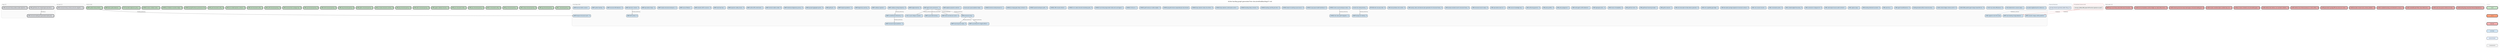
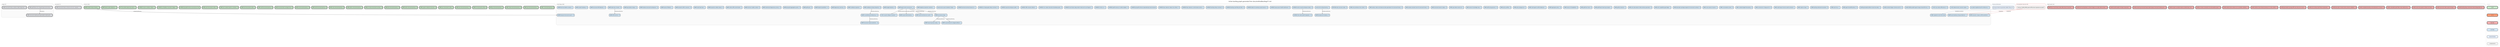
digraph backlog {
  rankdir=TB
  fontname="Helvetica"
  label="Active backlog graph generated from docs/method/backlog/*/*.md"
  labelloc=t
  fontsize=12
  node [shape=box style="rounded,filled" fontname="Helvetica" fontsize=8 margin="0.1,0.05" height=0.35]
  edge [color="#666666" arrowsize=0.5 fontname="Helvetica" fontsize=7]
  newrank=true
  ranksep=0.55
  nodesep=0.2

  subgraph cluster_asap {
    label="asap (3)" labeljust=l fontsize=9 fontcolor="#555555"
    style=rounded color="#cccccc" bgcolor="#fafafa"
    asap_CORE_graft_fake_echo_shaped_typescript_witness [label="CORE-graft-fake-echo-shaped-typescript-witness - L" fillcolor="#E5E7EB" penwidth=2]
    asap_CORE_structural_history_evidence_label_alignment [label="CORE-structural-history-evidence-label-alignment - M" fillcolor="#E5E7EB" penwidth=2]
    asap_CORE_structural_reading_port_generated_model_parity [label="CORE-structural-reading-port-generated-model-parity - L" fillcolor="#E5E7EB" penwidth=2]
  }

  subgraph cluster_up_next {
    label="up-next (1)" labeljust=l fontsize=9 fontcolor="#555555"
    style=rounded color="#cccccc" bgcolor="#fafafa"
    up_next_CORE_structural_history_schema_and_echo_migration [label="CORE-structural-history-schema-and-echo-migration - XL" fillcolor="#E5E7EB" penwidth=2]
  }

  subgraph cluster_v0_8_0 {
    label="v0.8.0 (26)" labeljust=l fontsize=9 fontcolor="#555555"
    style=rounded color="#cccccc" bgcolor="#fafafa"
    v0_8_0_CORE_c_structural_parsing [label="CORE-c-structural-parsing - M" fillcolor="#C8E6C9" penwidth=2]
    v0_8_0_CORE_cpp_structural_parsing [label="CORE-cpp-structural-parsing - L" fillcolor="#C8E6C9" penwidth=2]
    v0_8_0_CORE_csharp_structural_parsing [label="CORE-csharp-structural-parsing - M" fillcolor="#C8E6C9" penwidth=2]
    v0_8_0_CORE_go_structural_parsing [label="CORE-go-structural-parsing - S" fillcolor="#C8E6C9" penwidth=2]
    v0_8_0_CORE_hcl_structured_config [label="CORE-hcl-structured-config - M" fillcolor="#C8E6C9" penwidth=2]
    v0_8_0_CORE_java_structural_parsing [label="CORE-java-structural-parsing - M" fillcolor="#C8E6C9" penwidth=2]
    v0_8_0_CORE_json_structured_config [label="CORE-json-structured-config - S" fillcolor="#C8E6C9" penwidth=2]
    v0_8_0_CORE_jupyter_notebook_structure [label="CORE-jupyter-notebook-structure - M" fillcolor="#C8E6C9" penwidth=2]
    v0_8_0_CORE_kotlin_structural_parsing [label="CORE-kotlin-structural-parsing - M" fillcolor="#C8E6C9" penwidth=2]
    v0_8_0_CORE_php_structural_parsing [label="CORE-php-structural-parsing - M" fillcolor="#C8E6C9" penwidth=2]
    v0_8_0_CORE_pr_review_structural_summary [label="CORE-pr-review-structural-summary - M" fillcolor="#C8E6C9" penwidth=2]
    v0_8_0_CORE_python_structural_parsing [label="CORE-python-structural-parsing - S" fillcolor="#C8E6C9" penwidth=2]
    v0_8_0_CORE_ruby_structural_parsing [label="CORE-ruby-structural-parsing - M" fillcolor="#C8E6C9" penwidth=2]
    v0_8_0_CORE_shell_structural_parsing [label="CORE-shell-structural-parsing - M" fillcolor="#C8E6C9" penwidth=2]
    v0_8_0_CORE_sql_structural_parsing [label="CORE-sql-structural-parsing - M" fillcolor="#C8E6C9" penwidth=2]
    v0_8_0_CORE_structural_test_coverage_map [label="CORE-structural-test-coverage-map - M" fillcolor="#C8E6C9" penwidth=2]
    v0_8_0_CORE_swift_structural_parsing [label="CORE-swift-structural-parsing - M" fillcolor="#C8E6C9" penwidth=2]
    v0_8_0_CORE_toml_structured_config [label="CORE-toml-structured-config - S" fillcolor="#C8E6C9" penwidth=2]
    v0_8_0_CORE_tool_context_injection_contracts [label="CORE-tool-context-injection-contracts - M" fillcolor="#C8E6C9" penwidth=2]
    v0_8_0_CORE_yaml_structured_config [label="CORE-yaml-structured-config - M" fillcolor="#C8E6C9" penwidth=2]
    v0_8_0_SURFACE_git_graft_enhance_provenance_hints [label="SURFACE-git-graft-enhance-provenance-hints" fillcolor="#C8E6C9" penwidth=2]
    v0_8_0_SURFACE_pr_feedback_resolution_ledger [label="SURFACE-pr-feedback-resolution-ledger - M" fillcolor="#C8E6C9" penwidth=2]
    v0_8_0_SURFACE_review_cooldown_status [label="SURFACE-review-cooldown-status - S" fillcolor="#C8E6C9" penwidth=2]
    v0_8_0_TEST_bounded_subprocess_policy [label="TEST-bounded-subprocess-policy - S" fillcolor="#C8E6C9" penwidth=2]
    v0_8_0_WARP_dead_symbol_detection [label="WARP-dead-symbol-detection - S" fillcolor="#C8E6C9" penwidth=2]
    v0_8_0_WARP_symbol_history_timeline [label="WARP-symbol-history-timeline - S" fillcolor="#C8E6C9" penwidth=2]
  }

  subgraph cluster_bad_code {
-     label="bad-code (13)" labeljust=l fontsize=9 fontcolor="#555555"
+     label="bad-code (16)" labeljust=l fontsize=9 fontcolor="#555555"
    style=rounded color="#cccccc" bgcolor="#fafafa"
    bad_code_CLEAN_backlog_dag_unresolved_internal_dependencies [label="CLEAN-backlog-dag-unresolved-internal-dependencies - S" fillcolor="#F6B3B3" penwidth=2]
+     bad_code_CLEAN_canonical_codec_seams_diverge [label="CLEAN-canonical-codec-seams-diverge - M" fillcolor="#F6B3B3" penwidth=2]
    bad_code_CLEAN_code_show_parser_runtime_not_ready [label="CLEAN-code-show-parser-runtime-not-ready - S" fillcolor="#F6B3B3" penwidth=2]
    bad_code_CLEAN_coderabbit_path_filters_skip_method_docs [label="CLEAN-coderabbit-path-filters-skip-method-docs - S" fillcolor="#F6B3B3" penwidth=2]
    bad_code_CLEAN_completed_backlog_card_retirement_is_manual [label="CLEAN-completed-backlog-card-retirement-is-manual - M" fillcolor="#F6B3B3" penwidth=2]
    bad_code_CLEAN_descriptor_checker_lacks_schema_validation [label="CLEAN-descriptor-checker-lacks-schema-validation - M" fillcolor="#F6B3B3" penwidth=2]
+     bad_code_CLEAN_echo_witness_test_fixture_duplication [label="CLEAN-echo-witness-test-fixture-duplication - S" fillcolor="#F6B3B3" penwidth=2]
    bad_code_CLEAN_generated_svg_dag_diff_noise_obscures_review [label="CLEAN-generated-svg-dag-diff-noise-obscures-review - S" fillcolor="#F6B3B3" penwidth=2]
    bad_code_CLEAN_method_close_timeout_produces_no_retro_artifact [label="CLEAN-method-close-timeout-produces-no-retro-artifact - M" fillcolor="#F6B3B3" penwidth=2]
    bad_code_CLEAN_method_retro_witness_can_overstate_validation [label="CLEAN-method-retro-witness-can-overstate-validation - M" fillcolor="#F6B3B3" penwidth=2]
    bad_code_CLEAN_pr_review_comments_not_actionability_typed [label="CLEAN-pr-review-comments-not-actionability-typed - M" fillcolor="#F6B3B3" penwidth=2]
    bad_code_CLEAN_receipt_cumulative_bytes_avoided_stays_zero [label="CLEAN-receipt-cumulative-bytes-avoided-stays-zero - S" fillcolor="#F6B3B3" penwidth=2]
    bad_code_CLEAN_remaining_structural_warp_reads_bypass_structural_reading_port [label="CLEAN-remaining-structural-warp-reads-bypass-structural-reading-port - M" fillcolor="#F6B3B3" penwidth=2]
+     bad_code_CLEAN_sha256_stable_id_helper_duplication [label="CLEAN-sha256-stable-id-helper-duplication - S" fillcolor="#F6B3B3" penwidth=2]
    bad_code_CLEAN_technical_teardown_contract_ledger_can_stale_without_tests [label="CLEAN-technical-teardown-contract-ledger-can-stale-without-tests - M" fillcolor="#F6B3B3" penwidth=2]
    bad_code_WARP_bijou_local_history_stale_after_branch_transition [label="WARP-bijou-local-history-stale-after-branch-transition - M" fillcolor="#F6B3B3" penwidth=2]
  }

  subgraph cluster_cool_ideas {
    label="Cool Ideas (89)" labeljust=l fontsize=9 fontcolor="#555555"
    style=rounded color="#cccccc" bgcolor="#fafafa"
    cool_ideas_bounded_neighborhood_for_references [label="bounded-neighborhood-for-references - S" fillcolor="#D4E8F7" penwidth=1]
    cool_ideas_CI_001_causal_collapse_visualizer [label="CI-001-causal-collapse-visualizer - L" fillcolor="#D4E8F7" penwidth=1]
    cool_ideas_CI_002_deterministic_scenario_replay [label="CI-002-deterministic-scenario-replay - L" fillcolor="#D4E8F7" penwidth=1]
    cool_ideas_CI_003_mcp_native_diff_protocol [label="CI-003-mcp-native-diff-protocol - M" fillcolor="#D4E8F7" penwidth=1]
    cool_ideas_CLEAN_CODE_parallel_agent_merge_shared_file_loss [label="CLEAN-CODE-parallel-agent-merge-shared-file-loss - M" fillcolor="#D4E8F7" penwidth=1]
    cool_ideas_CLEAN_contract_ledger_schema_and_lint [label="CLEAN-contract-ledger-schema-and-lint - M" fillcolor="#D4E8F7" penwidth=1]
    cool_ideas_CLEAN_generated_artifact_review_boundary [label="CLEAN-generated-artifact-review-boundary - S" fillcolor="#D4E8F7" penwidth=1]
    cool_ideas_CORE_agent_handoff_protocol [label="CORE-agent-handoff-protocol - M" fillcolor="#D4E8F7" penwidth=1]
    cool_ideas_CORE_auto_focus [label="CORE-auto-focus - L" fillcolor="#D4E8F7" penwidth=1]
    cool_ideas_CORE_backlog_retirement_assistant [label="CORE-backlog-retirement-assistant - M" fillcolor="#D4E8F7" penwidth=1]
    cool_ideas_CORE_capture_range [label="CORE-capture-range - S" fillcolor="#D4E8F7" penwidth=1]
    cool_ideas_CORE_code_lawyer_local_pr_audit_command [label="CORE-code-lawyer-local-pr-audit-command - L" fillcolor="#D4E8F7" penwidth=1]
    cool_ideas_CORE_constructor_in_disguise_lint [label="CORE-constructor-in-disguise-lint - M" fillcolor="#D4E8F7" penwidth=1]
    cool_ideas_CORE_context_budget_forecasting [label="CORE-context-budget-forecasting - M" fillcolor="#D4E8F7" penwidth=1]
    cool_ideas_CORE_conversation_primer [label="CORE-conversation-primer - M" fillcolor="#D4E8F7" penwidth=1]
    cool_ideas_CORE_cross_session_resume [label="CORE-cross-session-resume - S" fillcolor="#D4E8F7" penwidth=1]
    cool_ideas_CORE_descriptor_package_registry_for_structural_contracts [label="CORE-descriptor-package-registry-for-structural-contracts - M" fillcolor="#D4E8F7" penwidth=1]
    cool_ideas_CORE_echo_capability_gap_ledger [label="CORE-echo-capability-gap-ledger - S" fillcolor="#D4E8F7" penwidth=1]
    cool_ideas_CORE_echo_descriptor_to_fake_witness_generator [label="CORE-echo-descriptor-to-fake-witness-generator - M" fillcolor="#D4E8F7" penwidth=1]
    cool_ideas_CORE_graft_as_teacher [label="CORE-graft-as-teacher - S" fillcolor="#D4E8F7" penwidth=1]
    cool_ideas_CORE_graft_teach_learning_receipts [label="CORE-graft-teach-learning-receipts - S" fillcolor="#D4E8F7" penwidth=1]
    cool_ideas_CORE_graft_tool_client [label="CORE-graft-tool-client - M" fillcolor="#D4E8F7" penwidth=1]
    cool_ideas_CORE_horizon_of_readability [label="CORE-horizon-of-readability - M" fillcolor="#D4E8F7" penwidth=1]
    cool_ideas_CORE_lagrangian_policy [label="CORE-lagrangian-policy - XL" fillcolor="#D4E8F7" penwidth=1]
    cool_ideas_CORE_migrate_to_slice_first_reads [label="CORE-migrate-to-slice-first-reads" fillcolor="#D4E8F7" penwidth=1]
    cool_ideas_CORE_multi_agent_conflict_detection [label="CORE-multi-agent-conflict-detection - L" fillcolor="#D4E8F7" penwidth=1]
    cool_ideas_CORE_policy_playground [label="CORE-policy-playground - S" fillcolor="#D4E8F7" penwidth=1]
    cool_ideas_CORE_policy_profiles [label="CORE-policy-profiles - M" fillcolor="#D4E8F7" penwidth=1]
    cool_ideas_CORE_self_tuning_governor [label="CORE-self-tuning-governor - M" fillcolor="#D4E8F7" penwidth=1]
    cool_ideas_CORE_session_knowledge_map [label="CORE-session-knowledge-map - S" fillcolor="#D4E8F7" penwidth=1]
    cool_ideas_CORE_speculative_read_cost [label="CORE-speculative-read-cost - S" fillcolor="#D4E8F7" penwidth=1]
    cool_ideas_CORE_structural_session_replay [label="CORE-structural-session-replay - M" fillcolor="#D4E8F7" penwidth=1]
    cool_ideas_CORE_weslaw_semantic_law_for_structural_history [label="CORE-weslaw-semantic-law-for-structural-history - M" fillcolor="#D4E8F7" penwidth=1]
    cool_ideas_CORE_wesley_codec_and_observer_plan_generation_for_structural_history [label="CORE-wesley-codec-and-observer-plan-generation-for-structural-history - M" fillcolor="#D4E8F7" penwidth=1]
    cool_ideas_CORE_wire_primitives_into_runtime [label="CORE-wire-primitives-into-runtime - M" fillcolor="#D4E8F7" penwidth=1]
    cool_ideas_METHOD_retro_recovery_mode [label="METHOD-retro-recovery-mode - M" fillcolor="#D4E8F7" penwidth=1]
    cool_ideas_monitor_tick_ceiling_tracking [label="monitor-tick-ceiling-tracking - S" fillcolor="#D4E8F7" penwidth=1]
    cool_ideas_SURFACE_active_causal_workspace_status [label="SURFACE-active-causal-workspace-status - M" fillcolor="#D4E8F7" penwidth=1]
    cool_ideas_SURFACE_asap_queue_health_dashboard [label="SURFACE-asap-queue-health-dashboard - M" fillcolor="#D4E8F7" penwidth=1]
    cool_ideas_SURFACE_attach_to_existing_causal_session [label="SURFACE-attach-to-existing-causal-session - M" fillcolor="#D4E8F7" penwidth=1]
    cool_ideas_SURFACE_backlog_card_lifecycle_linter [label="SURFACE-backlog-card-lifecycle-linter - M" fillcolor="#D4E8F7" penwidth=1]
    cool_ideas_SURFACE_backlog_sitrep_command [label="SURFACE-backlog-sitrep-command - M" fillcolor="#D4E8F7" penwidth=1]
    cool_ideas_SURFACE_bijou_daemon_control_plane_actions [label="SURFACE-bijou-daemon-control-plane-actions - L" fillcolor="#D4E8F7" penwidth=1]
    cool_ideas_SURFACE_bijou_daemon_status_live_refresh [label="SURFACE-bijou-daemon-status-live-refresh - M" fillcolor="#D4E8F7" penwidth=1]
    cool_ideas_SURFACE_git_graft_enhance_expanded_git_subcommands [label="SURFACE-git-graft-enhance-expanded-git-subcommands" fillcolor="#D4E8F7" penwidth=1]
    cool_ideas_SURFACE_graft_review_pr_number_adapter [label="SURFACE-graft-review-pr-number-adapter - M" fillcolor="#D4E8F7" penwidth=1]
    cool_ideas_SURFACE_ide_native_graft_integration [label="SURFACE-ide-native-graft-integration - XL" fillcolor="#D4E8F7" penwidth=1]
    cool_ideas_SURFACE_init_dry_run [label="SURFACE-init-dry-run - S" fillcolor="#D4E8F7" penwidth=1]
    cool_ideas_SURFACE_local_history_dag_render_mode_and_count_legend [label="SURFACE-local-history-dag-render-mode-and-count-legend - S" fillcolor="#D4E8F7" penwidth=1]
    cool_ideas_SURFACE_non_codex_instruction_bootstrap_parity [label="SURFACE-non-codex-instruction-bootstrap-parity - M" fillcolor="#D4E8F7" penwidth=1]
    cool_ideas_SURFACE_offer_rename_refactor [label="SURFACE-offer-rename-refactor - L" fillcolor="#D4E8F7" penwidth=1]
    cool_ideas_SURFACE_opened_workspace_paths [label="SURFACE-opened-workspace-paths - M" fillcolor="#D4E8F7" penwidth=1]
    cool_ideas_SURFACE_pr_merge_gate_sitrep_command [label="SURFACE-pr-merge-gate-sitrep-command - M" fillcolor="#D4E8F7" penwidth=1]
    cool_ideas_SURFACE_terminal_activity_browser_tui [label="SURFACE-terminal-activity-browser-tui - L" fillcolor="#D4E8F7" penwidth=1]
    cool_ideas_traverse_plus_query_hydration_helper [label="traverse-plus-query-hydration-helper - S" fillcolor="#D4E8F7" penwidth=1]
    cool_ideas_WARP_adaptive_projection_selection [label="WARP-adaptive-projection-selection - L" fillcolor="#D4E8F7" penwidth=1]
    cool_ideas_WARP_agent_action_provenance [label="WARP-agent-action-provenance - XL" fillcolor="#D4E8F7" penwidth=1]
    cool_ideas_WARP_auto_breaking_change_detection [label="WARP-auto-breaking-change-detection - L" fillcolor="#D4E8F7" penwidth=1]
    cool_ideas_WARP_background_indexing [label="WARP-background-indexing - M" fillcolor="#D4E8F7" penwidth=1]
    cool_ideas_WARP_budget_elasticity [label="WARP-budget-elasticity - M" fillcolor="#D4E8F7" penwidth=1]
    cool_ideas_WARP_causal_blame_for_staged_artifacts [label="WARP-causal-blame-for-staged-artifacts - L" fillcolor="#D4E8F7" penwidth=1]
    cool_ideas_WARP_causal_write_tracking [label="WARP-causal-write-tracking - L" fillcolor="#D4E8F7" penwidth=1]
    cool_ideas_WARP_codebase_entropy_trajectory [label="WARP-codebase-entropy-trajectory - M" fillcolor="#D4E8F7" penwidth=1]
    cool_ideas_WARP_codebase_signature [label="WARP-codebase-signature - L" fillcolor="#D4E8F7" penwidth=1]
    cool_ideas_WARP_counterfactual_refactoring [label="WARP-counterfactual-refactoring - XL" fillcolor="#D4E8F7" penwidth=1]
    cool_ideas_WARP_degeneracy_warning [label="WARP-degeneracy-warning - M" fillcolor="#D4E8F7" penwidth=1]
    cool_ideas_WARP_drift_sentinel [label="WARP-drift-sentinel - M" fillcolor="#D4E8F7" penwidth=1]
    cool_ideas_WARP_footprint_parallelism [label="WARP-footprint-parallelism - XL" fillcolor="#D4E8F7" penwidth=1]
    cool_ideas_WARP_graft_pack [label="WARP-graft-pack - M" fillcolor="#D4E8F7" penwidth=1]
    cool_ideas_WARP_grouped_aggregate_queries [label="WARP-grouped-aggregate-queries - M" fillcolor="#D4E8F7" penwidth=1]
    cool_ideas_WARP_intent_and_decision_events [label="WARP-intent-and-decision-events - M" fillcolor="#D4E8F7" penwidth=1]
    cool_ideas_WARP_intentional_degeneracy_privacy [label="WARP-intentional-degeneracy-privacy - M" fillcolor="#D4E8F7" penwidth=1]
    cool_ideas_WARP_minimum_viable_context [label="WARP-minimum-viable-context - M" fillcolor="#D4E8F7" penwidth=1]
    cool_ideas_WARP_outline_diff_commit_trailer [label="WARP-outline-diff-commit-trailer - S" fillcolor="#D4E8F7" penwidth=1]
    cool_ideas_WARP_projection_safety_classes [label="WARP-projection-safety-classes - M" fillcolor="#D4E8F7" penwidth=1]
    cool_ideas_WARP_provenance_dag [label="WARP-provenance-dag - L" fillcolor="#D4E8F7" penwidth=1]
    cool_ideas_WARP_reasoning_trace_replay [label="WARP-reasoning-trace-replay - M" fillcolor="#D4E8F7" penwidth=1]
    cool_ideas_WARP_rulial_heat_map [label="WARP-rulial-heat-map - L" fillcolor="#D4E8F7" penwidth=1]
    cool_ideas_WARP_semantic_drift_in_sessions [label="WARP-semantic-drift-in-sessions - M" fillcolor="#D4E8F7" penwidth=1]
    cool_ideas_WARP_semantic_merge_conflict_prediction [label="WARP-semantic-merge-conflict-prediction - L" fillcolor="#D4E8F7" penwidth=1]
    cool_ideas_WARP_session_filtration [label="WARP-session-filtration - L" fillcolor="#D4E8F7" penwidth=1]
    cool_ideas_WARP_shadow_structural_workspaces [label="WARP-shadow-structural-workspaces - XL" fillcolor="#D4E8F7" penwidth=1]
    cool_ideas_WARP_speculative_merge [label="WARP-speculative-merge - XL" fillcolor="#D4E8F7" penwidth=1]
    cool_ideas_WARP_stale_docs_checker [label="WARP-stale-docs-checker - M" fillcolor="#D4E8F7" penwidth=1]
    cool_ideas_WARP_structural_drift_detection [label="WARP-structural-drift-detection - M" fillcolor="#D4E8F7" penwidth=1]
    cool_ideas_WARP_structural_impact_prediction [label="WARP-structural-impact-prediction - XL" fillcolor="#D4E8F7" penwidth=1]
    cool_ideas_WARP_symbol_heatmap [label="WARP-symbol-heatmap - M" fillcolor="#D4E8F7" penwidth=1]
    cool_ideas_WARP_technical_debt_curvature [label="WARP-technical-debt-curvature - L" fillcolor="#D4E8F7" penwidth=1]
    cool_ideas_WARP_temporal_structural_search [label="WARP-temporal-structural-search - M" fillcolor="#D4E8F7" penwidth=1]
  }

  subgraph cluster_external {
    label="External blockers" labeljust=l fontsize=9 fontcolor="#555555"
    style=rounded color="#cccccc" bgcolor="#f8fbff"
    external_git_warp_observer_geometry_ladder__Rung_2_4_ [label="git-warp observer geometry ladder (Rung 2-4)" fillcolor="#E8F2FF" penwidth=1]
  }

  subgraph cluster_unresolved {
    label="Unresolved internal refs" labeljust=l fontsize=9 fontcolor="#555555"
    style="rounded,dashed" color="#cc3333" bgcolor="#fff7f7"
    unresolved_CLEAN_CODE_export_diff_semver_signature_as_patch [label="missing: CLEAN_CODE_export-diff-semver-signature-as-patch" fillcolor="#F2F2F2" penwidth=1 style="rounded,dashed,filled"]
  }

  asap_CORE_graft_fake_echo_shaped_typescript_witness -> asap_CORE_structural_reading_port_generated_model_parity [label="blocked_by"]
  cool_ideas_monitor_tick_ceiling_tracking -> cool_ideas_WARP_background_indexing [label="blocked_by/blocking"]
  cool_ideas_SURFACE_active_causal_workspace_status -> cool_ideas_SURFACE_ide_native_graft_integration [label="blocked_by/blocking"]
  cool_ideas_WARP_agent_action_provenance -> cool_ideas_CI_001_causal_collapse_visualizer [label="blocked_by/blocking"]
  cool_ideas_WARP_agent_action_provenance -> cool_ideas_WARP_causal_write_tracking [label="blocked_by/blocking"]
  cool_ideas_WARP_agent_action_provenance -> cool_ideas_WARP_intent_and_decision_events [label="blocked_by/blocking"]
  cool_ideas_WARP_agent_action_provenance -> cool_ideas_WARP_provenance_dag [label="blocked_by/blocking"]
  cool_ideas_WARP_codebase_entropy_trajectory -> cool_ideas_WARP_counterfactual_refactoring [label="blocked_by/blocking"]
  cool_ideas_WARP_counterfactual_refactoring -> cool_ideas_WARP_structural_impact_prediction [label="blocked_by/blocking"]
  cool_ideas_WARP_provenance_dag -> cool_ideas_WARP_causal_blame_for_staged_artifacts [label="blocked_by/blocking"]
  cool_ideas_WARP_provenance_dag -> cool_ideas_WARP_reasoning_trace_replay [label="blocked_by/blocking"]
  cool_ideas_WARP_stale_docs_checker -> cool_ideas_WARP_drift_sentinel [label="blocked_by/blocking"]
  external_git_warp_observer_geometry_ladder__Rung_2_4_ -> cool_ideas_CORE_migrate_to_slice_first_reads [label="blocked_by_external" style=dashed color="#4477AA"]
  unresolved_CLEAN_CODE_export_diff_semver_signature_as_patch -> cool_ideas_WARP_auto_breaking_change_detection [label="blocked_by" style=dashed color="#CC3333"]
  unresolved_CLEAN_CODE_export_diff_semver_signature_as_patch -> cool_ideas_WARP_semantic_merge_conflict_prediction [label="blocked_by" style=dashed color="#CC3333"]
  v0_8_0_WARP_symbol_history_timeline -> cool_ideas_WARP_temporal_structural_search [label="blocked_by/blocking"]

  subgraph cluster_legend {
    label="Legend" labeljust=l fontsize=8 fontcolor="#aaaaaa"
    style=rounded color="#dddddd"
    node [fontsize=7 width=1.4]
    leg_v08 [label="v0.8.0" fillcolor="#C8E6C9" penwidth=2]
    leg_v07 [label="v0.7.0" fillcolor="#FFA07A" penwidth=2]
    leg_bad [label="bad-code" fillcolor="#F6B3B3" penwidth=2]
    leg_idea [label="cool-ideas" fillcolor="#D4E8F7" penwidth=1]
    leg_external [label="external blocker" fillcolor="#E8F2FF" penwidth=1]
    leg_unresolved [label="unresolved ref" fillcolor="#F2F2F2" penwidth=1 style="rounded,dashed,filled"]
    leg_v08 -> leg_v07 [style=invis]
    leg_v07 -> leg_bad [style=invis]
    leg_bad -> leg_idea [style=invis]
    leg_idea -> leg_external [style=invis]
    leg_external -> leg_unresolved [style=invis]
  }
}
